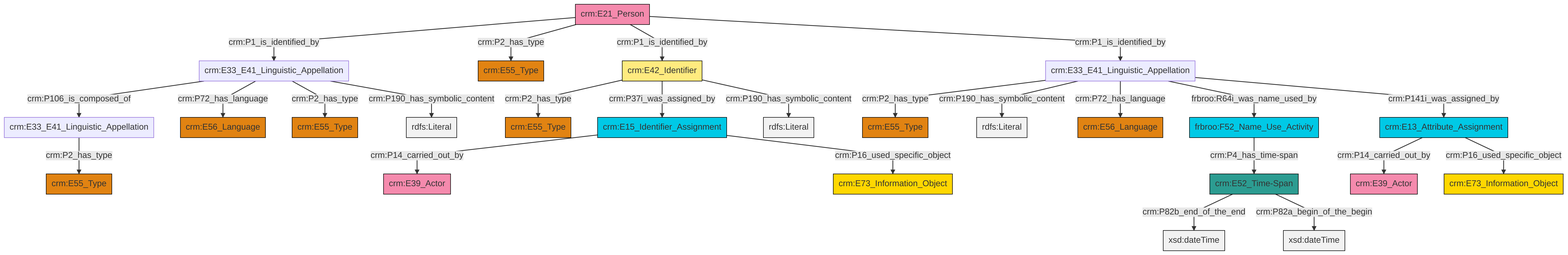
swiss-art-research-net/reference-data-models keeps this Mermaid diagram as et/personCSV/ttl/mmd/png/Person_Names_and_Classification.png. Above is the earlier version. Its source is kept beside it as et/personCSV/ttl/mmd/Person_Names_and_Classification.ttl.mmd.
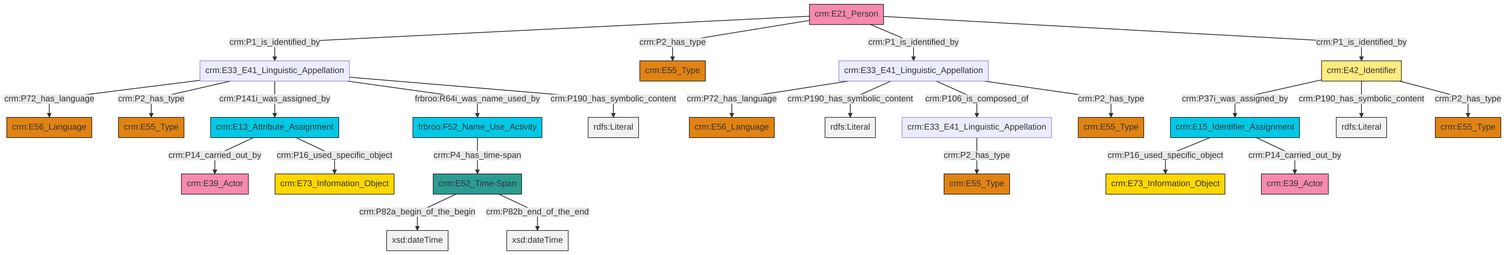
Above is the later version.

What changed in the source:
```diff
@@ -13,27 +13,27 @@
 classDef PC_Classes fill:#4ce600, stroke:#000000;
 classDef Multi fill:#cccccc,stroke:#000000;
 
-0["crm:E33_E41_Linguistic_Appellation"]:::Default -->|crm:P2_has_type| 1["crm:E55_Type"]:::Type
-0["crm:E33_E41_Linguistic_Appellation"]:::Default -->|crm:P190_has_symbolic_content| 3[rdfs:Literal]:::Literal
-8["crm:E42_Identifier"]:::Appellation -->|crm:P2_has_type| 9["crm:E55_Type"]:::Type
-21["crm:E21_Person"]:::Actor -->|crm:P1_is_identified_by| 22["crm:E33_E41_Linguistic_Appellation"]:::Default
-0["crm:E33_E41_Linguistic_Appellation"]:::Default -->|crm:P72_has_language| 4["crm:E56_Language"]:::Type
-10["crm:E13_Attribute_Assignment"]:::Temporal_Entity -->|crm:P14_carried_out_by| 29["crm:E39_Actor"]:::Actor
-21["crm:E21_Person"]:::Actor -->|crm:P2_has_type| 30["crm:E55_Type"]:::Type
-22["crm:E33_E41_Linguistic_Appellation"]:::Default -->|crm:P106_is_composed_of| 19["crm:E33_E41_Linguistic_Appellation"]:::Default
-21["crm:E21_Person"]:::Actor -->|crm:P1_is_identified_by| 8["crm:E42_Identifier"]:::Appellation
-22["crm:E33_E41_Linguistic_Appellation"]:::Default -->|crm:P72_has_language| 24["crm:E56_Language"]:::Type
-6["crm:E15_Identifier_Assignment"]:::Temporal_Entity -->|crm:P14_carried_out_by| 31["crm:E39_Actor"]:::Actor
-14["crm:E52_Time-Span"]:::Time-Span -->|crm:P82b_end_of_the_end| 33[xsd:dateTime]:::Literal
-21["crm:E21_Person"]:::Actor -->|crm:P1_is_identified_by| 0["crm:E33_E41_Linguistic_Appellation"]:::Default
-37["frbroo:F52_Name_Use_Activity"]:::Temporal_Entity -->|crm:P4_has_time-span| 14["crm:E52_Time-Span"]:::Time-Span
-22["crm:E33_E41_Linguistic_Appellation"]:::Default -->|crm:P2_has_type| 12["crm:E55_Type"]:::Type
-8["crm:E42_Identifier"]:::Appellation -->|crm:P37i_was_assigned_by| 6["crm:E15_Identifier_Assignment"]:::Temporal_Entity
-14["crm:E52_Time-Span"]:::Time-Span -->|crm:P82a_begin_of_the_begin| 38[xsd:dateTime]:::Literal
-19["crm:E33_E41_Linguistic_Appellation"]:::Default -->|crm:P2_has_type| 26["crm:E55_Type"]:::Type
-8["crm:E42_Identifier"]:::Appellation -->|crm:P190_has_symbolic_content| 42[rdfs:Literal]:::Literal
-0["crm:E33_E41_Linguistic_Appellation"]:::Default -->|frbroo:R64i_was_name_used_by| 37["frbroo:F52_Name_Use_Activity"]:::Temporal_Entity
-10["crm:E13_Attribute_Assignment"]:::Temporal_Entity -->|crm:P16_used_specific_object| 17["crm:E73_Information_Object"]:::Conceptual_Object
-22["crm:E33_E41_Linguistic_Appellation"]:::Default -->|crm:P190_has_symbolic_content| 46[rdfs:Literal]:::Literal
-6["crm:E15_Identifier_Assignment"]:::Temporal_Entity -->|crm:P16_used_specific_object| 44["crm:E73_Information_Object"]:::Conceptual_Object
-0["crm:E33_E41_Linguistic_Appellation"]:::Default -->|crm:P141i_was_assigned_by| 10["crm:E13_Attribute_Assignment"]:::Temporal_Entity
+2["crm:E33_E41_Linguistic_Appellation"]:::Default -->|crm:P72_has_language| 3["crm:E56_Language"]:::Type
+2["crm:E33_E41_Linguistic_Appellation"]:::Default -->|crm:P190_has_symbolic_content| 6[rdfs:Literal]:::Literal
+2["crm:E33_E41_Linguistic_Appellation"]:::Default -->|crm:P106_is_composed_of| 7["crm:E33_E41_Linguistic_Appellation"]:::Default
+4["crm:E33_E41_Linguistic_Appellation"]:::Default -->|crm:P72_has_language| 13["crm:E56_Language"]:::Type
+4["crm:E33_E41_Linguistic_Appellation"]:::Default -->|crm:P2_has_type| 14["crm:E55_Type"]:::Type
+4["crm:E33_E41_Linguistic_Appellation"]:::Default -->|crm:P141i_was_assigned_by| 19["crm:E13_Attribute_Assignment"]:::Temporal_Entity
+0["crm:E15_Identifier_Assignment"]:::Temporal_Entity -->|crm:P16_used_specific_object| 17["crm:E73_Information_Object"]:::Conceptual_Object
+19["crm:E13_Attribute_Assignment"]:::Temporal_Entity -->|crm:P14_carried_out_by| 25["crm:E39_Actor"]:::Actor
+19["crm:E13_Attribute_Assignment"]:::Temporal_Entity -->|crm:P16_used_specific_object| 26["crm:E73_Information_Object"]:::Conceptual_Object
+27["crm:E42_Identifier"]:::Appellation -->|crm:P37i_was_assigned_by| 0["crm:E15_Identifier_Assignment"]:::Temporal_Entity
+21["crm:E21_Person"]:::Actor -->|crm:P1_is_identified_by| 4["crm:E33_E41_Linguistic_Appellation"]:::Default
+15["frbroo:F52_Name_Use_Activity"]:::Temporal_Entity -->|crm:P4_has_time-span| 29["crm:E52_Time-Span"]:::Time-Span
+27["crm:E42_Identifier"]:::Appellation -->|crm:P190_has_symbolic_content| 30[rdfs:Literal]:::Literal
+27["crm:E42_Identifier"]:::Appellation -->|crm:P2_has_type| 32["crm:E55_Type"]:::Type
+21["crm:E21_Person"]:::Actor -->|crm:P2_has_type| 9["crm:E55_Type"]:::Type
+4["crm:E33_E41_Linguistic_Appellation"]:::Default -->|frbroo:R64i_was_name_used_by| 15["frbroo:F52_Name_Use_Activity"]:::Temporal_Entity
+21["crm:E21_Person"]:::Actor -->|crm:P1_is_identified_by| 2["crm:E33_E41_Linguistic_Appellation"]:::Default
+29["crm:E52_Time-Span"]:::Time-Span -->|crm:P82a_begin_of_the_begin| 37[xsd:dateTime]:::Literal
+7["crm:E33_E41_Linguistic_Appellation"]:::Default -->|crm:P2_has_type| 11["crm:E55_Type"]:::Type
+21["crm:E21_Person"]:::Actor -->|crm:P1_is_identified_by| 27["crm:E42_Identifier"]:::Appellation
+4["crm:E33_E41_Linguistic_Appellation"]:::Default -->|crm:P190_has_symbolic_content| 44[rdfs:Literal]:::Literal
+2["crm:E33_E41_Linguistic_Appellation"]:::Default -->|crm:P2_has_type| 23["crm:E55_Type"]:::Type
+29["crm:E52_Time-Span"]:::Time-Span -->|crm:P82b_end_of_the_end| 46[xsd:dateTime]:::Literal
+0["crm:E15_Identifier_Assignment"]:::Temporal_Entity -->|crm:P14_carried_out_by| 40["crm:E39_Actor"]:::Actor
```
